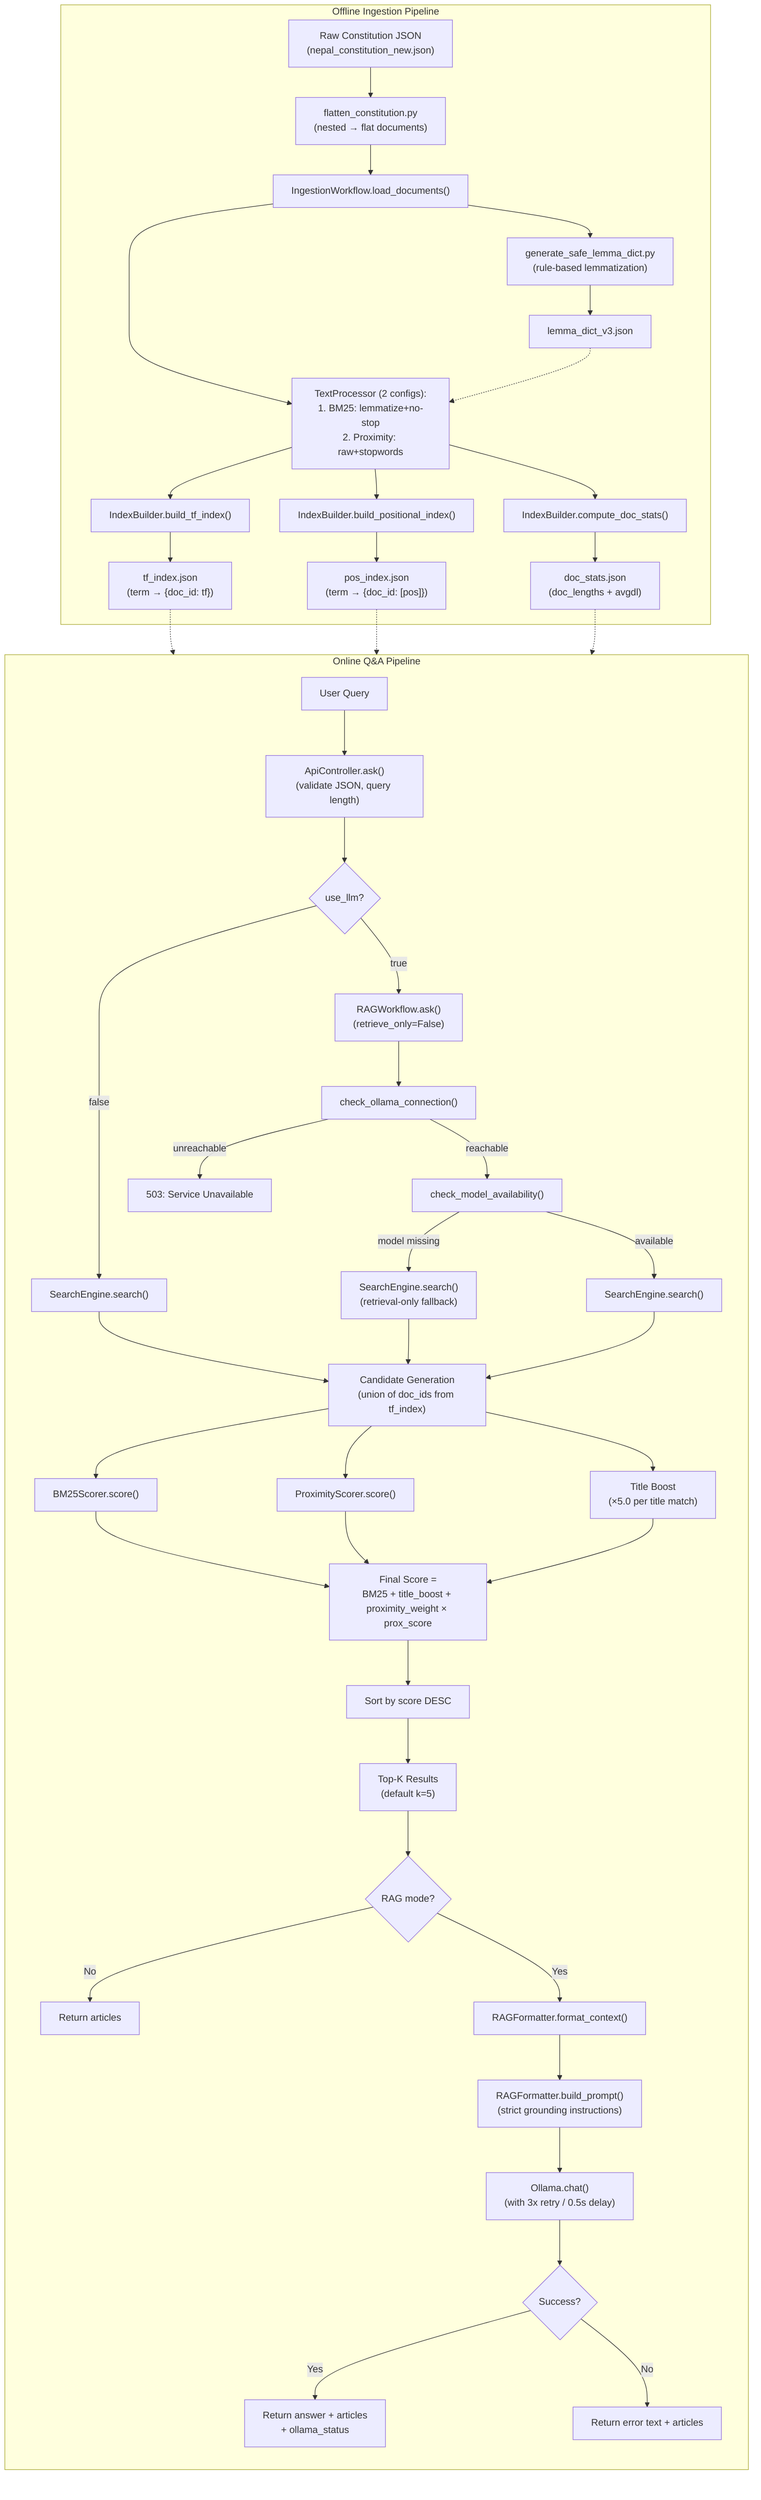
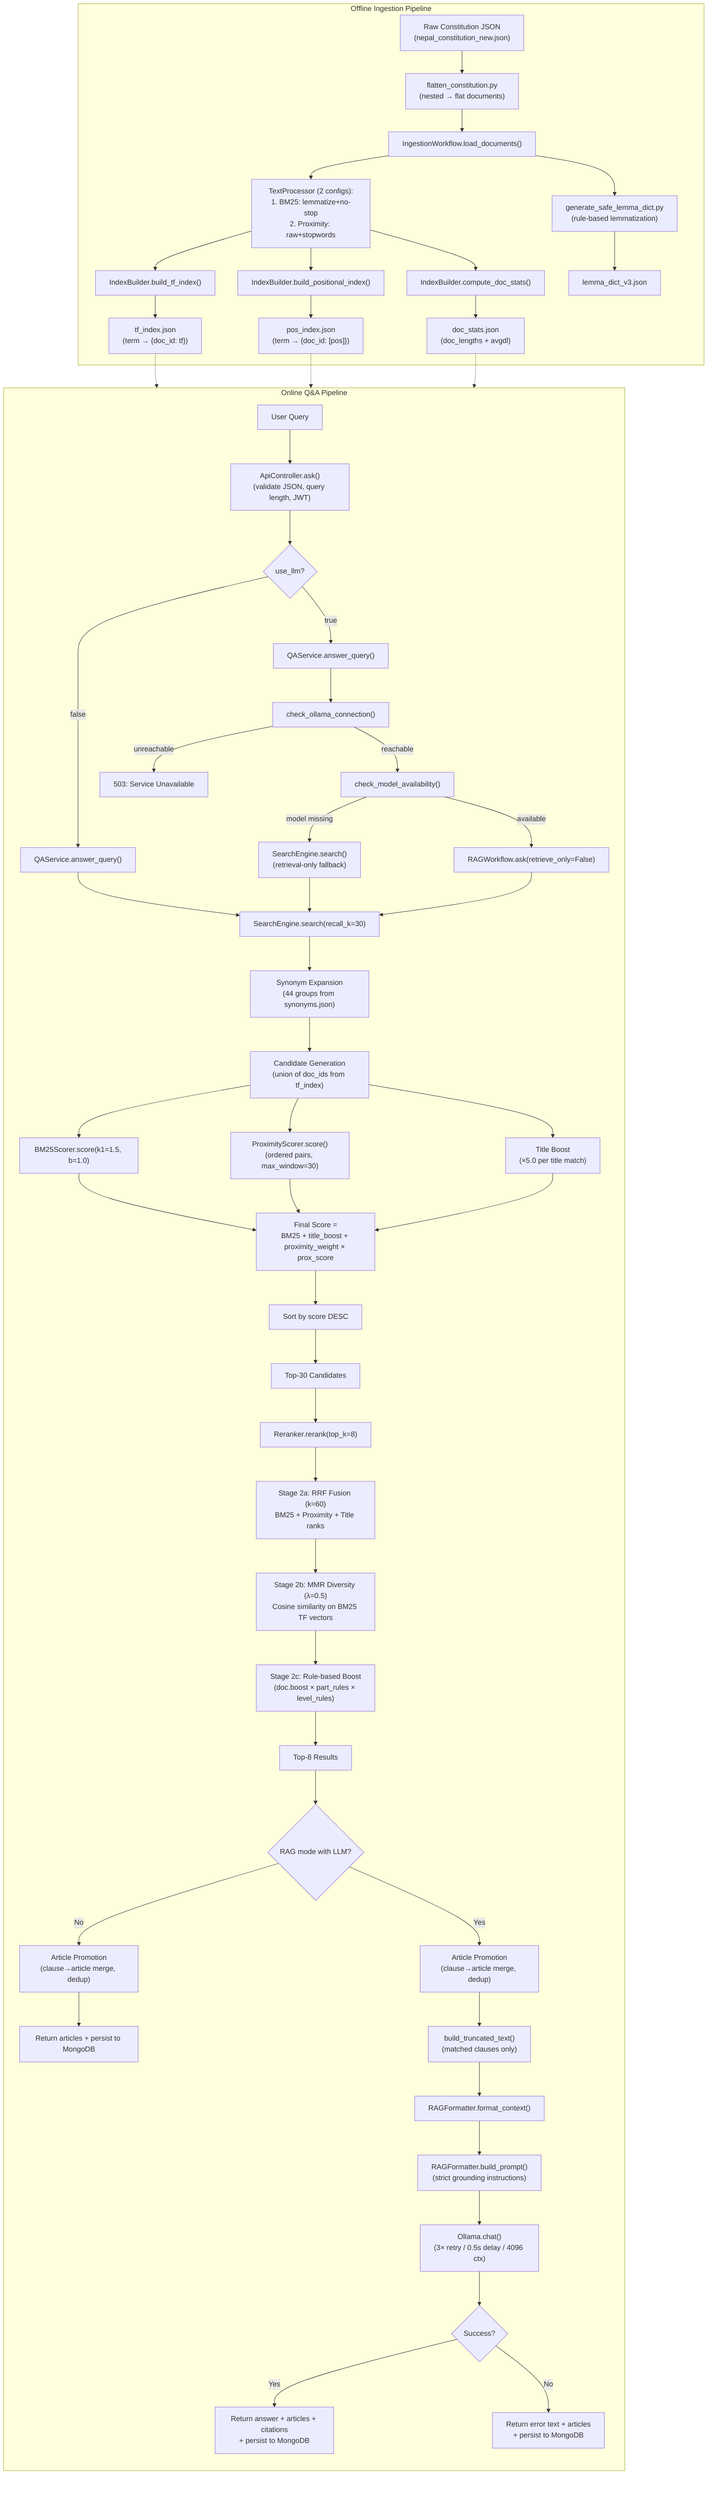
flowchart TD

subgraph OFFLINE["Offline Ingestion Pipeline"]
    A["Raw Constitution JSON<br/>(nepal_constitution_new.json)"] --> B["flatten_constitution.py<br/>(nested → flat documents)"]
    B --> C["IngestionWorkflow.load_documents()"]
    C --> D["TextProcessor (2 configs):<br/>1. BM25: lemmatize+no-stop<br/>2. Proximity: raw+stopwords"]
    D --> E["IndexBuilder.build_tf_index()"]
    D --> F["IndexBuilder.build_positional_index()"]
    D --> G["IndexBuilder.compute_doc_stats()"]
    E --> H["tf_index.json<br/>(term → {doc_id: tf})"]
    F --> I["pos_index.json<br/>(term → {doc_id: [pos]})"]
    G --> J["doc_stats.json<br/>(doc_lengths + avgdl)"]
    C --> K["generate_safe_lemma_dict.py<br/>(rule-based lemmatization)"]
    K --> L["lemma_dict_v3.json"]
end

subgraph ONLINE["Online Q&A Pipeline"]
    direction TB
-     M["User Query"] --> N["ApiController.ask()<br/>(validate JSON, query length)"]
+     M["User Query"] --> N["ApiController.ask()<br/>(validate JSON, query length, JWT)"]
    N --> O{"use_llm?"}
-     O -->|false| P["SearchEngine.search()"]
-     O -->|true| Q["RAGWorkflow.ask()<br/>(retrieve_only=False)"]
+     O -->|false| P["QAService.answer_query()"]

+     O -->|true| Q["QAService.answer_query()"]
    Q --> R["check_ollama_connection()"]
    R -->|unreachable| S["503: Service Unavailable"]
    R -->|reachable| T["check_model_availability()"]
    T -->|model missing| U["SearchEngine.search()<br/>(retrieval-only fallback)"]
-     T -->|available| V["SearchEngine.search()"]
+     T -->|available| V["RAGWorkflow.ask(retrieve_only=False)"]

-     P --> W["Candidate Generation<br/>(union of doc_ids from tf_index)"]
+     P --> W["SearchEngine.search(recall_k=30)"]
    U --> W
    V --> W

-     W --> X["BM25Scorer.score()"]
-     W --> Y["ProximityScorer.score()"]
-     W --> Z["Title Boost<br/>(×5.0 per title match)"]
+     W --> WA["Synonym Expansion<br/>(44 groups from synonyms.json)"]
+     WA --> WB["Candidate Generation<br/>(union of doc_ids from tf_index)"]
+ 
+     WB --> X["BM25Scorer.score(k1=1.5, b=1.0)"]
+     WB --> Y["ProximityScorer.score()<br/>(ordered pairs, max_window=30)"]
+     WB --> Z["Title Boost<br/>(×5.0 per title match)"]

    X --> AA["Final Score =<br/>BM25 + title_boost + proximity_weight × prox_score"]
    Y --> AA
    Z --> AA

    AA --> AB["Sort by score DESC"]
-     AB --> AC["Top-K Results<br/>(default k=5)"]
+     AB --> AC["Top-30 Candidates"]

-     AC --> AD{"RAG mode?"}
-     AD -->|No| AE["Return articles"]
-     AD -->|Yes| AF["RAGFormatter.format_context()"]
-     AF --> AG["RAGFormatter.build_prompt()<br/>(strict grounding instructions)"]
-     AG --> AH["Ollama.chat()<br/>(with 3x retry / 0.5s delay)"]
-     AH --> AI{"Success?"}
-     AI -->|Yes| AJ["Return answer + articles<br/>+ ollama_status"]
-     AI -->|No| AK["Return error text + articles"]
+     AC --> AD["Reranker.rerank(top_k=8)"]
+     AD --> AD1["Stage 2a: RRF Fusion (k=60)<br/>BM25 + Proximity + Title ranks"]
+     AD1 --> AD2["Stage 2b: MMR Diversity (λ=0.5)<br/>Cosine similarity on BM25 TF vectors"]
+     AD2 --> AD3["Stage 2c: Rule-based Boost<br/>(doc.boost × part_rules × level_rules)"]
+     AD3 --> AE["Top-8 Results"]
+ 
+     AE --> AF{"RAG mode with LLM?"}
+     AF -->|No| AG["Article Promotion<br/>(clause→article merge, dedup)"]
+     AG --> AH["Return articles + persist to MongoDB"]
+ 
+     AF -->|Yes| AI["Article Promotion<br/>(clause→article merge, dedup)"]
+     AI --> AJ["build_truncated_text()<br/>(matched clauses only)"]
+     AJ --> AK["RAGFormatter.format_context()"]
+     AK --> AL["RAGFormatter.build_prompt()<br/>(strict grounding instructions)"]
+     AL --> AM["Ollama.chat()<br/>(3× retry / 0.5s delay / 4096 ctx)"]
+     AM --> AN{"Success?"}
+     AN -->|Yes| AO["Return answer + articles + citations<br/>+ persist to MongoDB"]
+     AN -->|No| AP["Return error text + articles<br/>+ persist to MongoDB"]
end

- H -.-> W
+ H -.-> WB
I -.-> Y
J -.-> X
- L -.-> D
